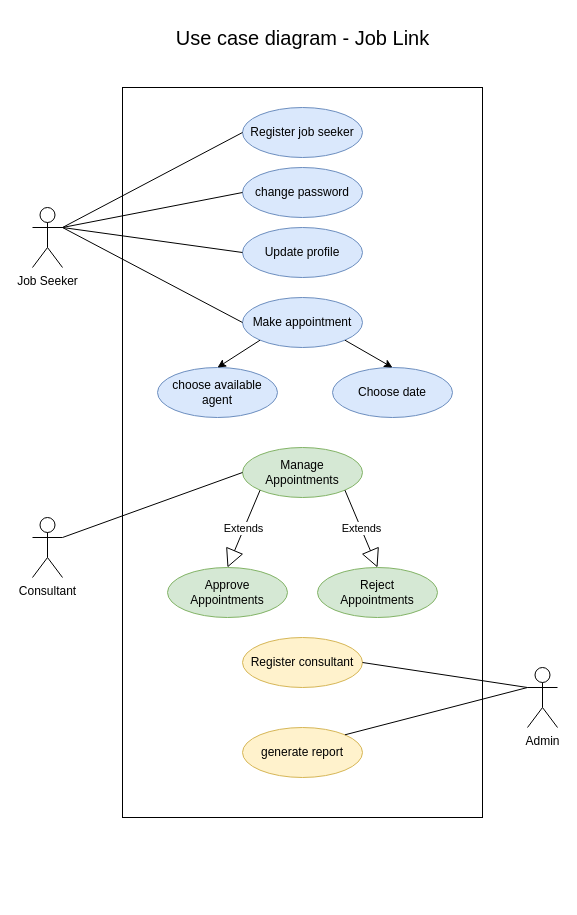
The draw.io diagram page "UML Use case diagram" (2 of 5) of Untitled Diagram.drawio in danujaysl/CourseworkADPRG, before the edit. Source tidied: cells renumbered, new cells numbered last; positions are measured from the earlier drawing's top-left corner, leaving out a move shared by most shapes. Both pictures are drawn from the tidied source at 100%, with x=0, y=0 at pixel (32, 17).
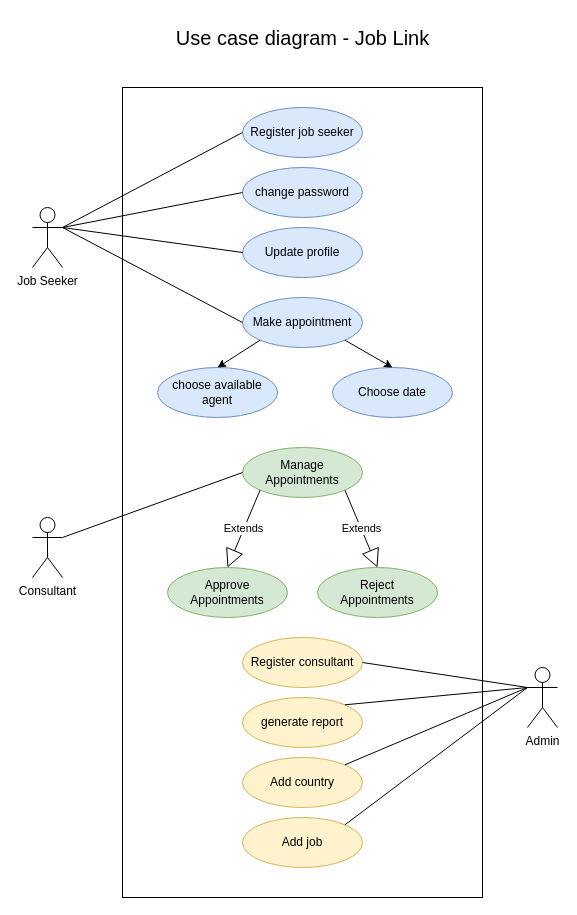
The same diagram, later.

Unchanged cells that the change refers to:
```xml
<mxCell id="8" value="Admin" style="shape=umlActor;verticalLabelPosition=bottom;verticalAlign=top;html=1;outlineConnect=0;" parent="1" vertex="1">
  <mxGeometry x="495" y="650" width="30" height="60" as="geometry" />
</mxCell>
```

What changed in the source:
```diff
@@
     <mxCell id="4" style="rounded=0;whiteSpace=wrap;html=1;" parent="1" vertex="1">
-      <mxGeometry x="90" y="70" width="360" height="730" as="geometry" />
+      <mxGeometry x="90" y="70" width="360" height="810" as="geometry" />
     </mxCell>
@@
     <mxCell id="6" value="generate report" style="ellipse;whiteSpace=wrap;html=1;fillColor=#fff2cc;strokeColor=#d6b656;" parent="1" vertex="1">
-      <mxGeometry x="210" y="710" width="120" height="50" as="geometry" />
+      <mxGeometry x="210" y="680" width="120" height="50" as="geometry" />
     </mxCell>
@@
+    <mxCell id="29" value="Add country" style="ellipse;whiteSpace=wrap;html=1;fillColor=#fff2cc;strokeColor=#d6b656;" parent="1" vertex="1">
+      <mxGeometry x="210" y="740" width="120" height="50" as="geometry" />
+    </mxCell>
+    <mxCell id="30" style="endArrow=none;html=1;rounded=0;entryX=0;entryY=0.3333333333333333;entryDx=0;entryDy=0;entryPerimeter=0;exitX=1;exitY=0;exitDx=0;exitDy=0;" parent="1" edge="1" source="29" target="8">
+      <mxGeometry relative="1" as="geometry" />
+    </mxCell>
+    <mxCell id="31" style="edgeStyle=orthogonalEdgeStyle;rounded=0;orthogonalLoop=1;jettySize=auto;html=1;exitX=0.5;exitY=1;exitDx=0;exitDy=0;" parent="1" edge="1" source="29" target="29">
+      <mxGeometry relative="1" as="geometry" />
+    </mxCell>
+    <mxCell id="32" value="Add job" style="ellipse;whiteSpace=wrap;html=1;fillColor=#fff2cc;strokeColor=#d6b656;" parent="1" vertex="1">
+      <mxGeometry x="210" y="800" width="120" height="50" as="geometry" />
+    </mxCell>
+    <mxCell id="33" style="endArrow=none;html=1;rounded=0;entryX=0;entryY=0.3333333333333333;entryDx=0;entryDy=0;entryPerimeter=0;exitX=1;exitY=0;exitDx=0;exitDy=0;" parent="1" edge="1" source="32" target="8">
+      <mxGeometry relative="1" as="geometry" />
+    </mxCell>
```
